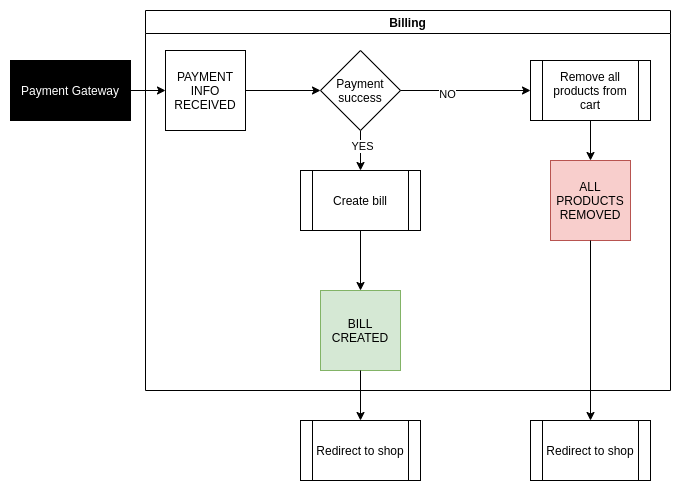
The draw.io diagram img/shopdomain-billing.png in tbuljevic/planning-projects, before a commit. Source tidied: cells renumbered, new cells last; positions are measured from the earlier drawing's top-left corner, leaving out a move shared by most shapes.
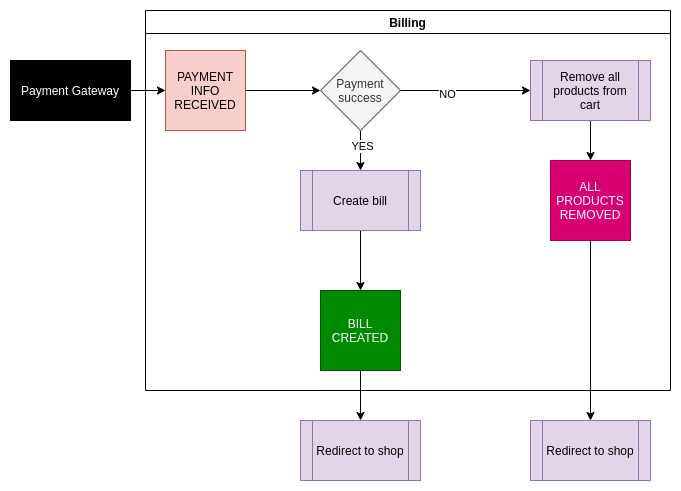
After the change.

Diff of the diagram source:
```diff
@@ -8,7 +8,7 @@
     <mxCell id="3" style="edgeStyle=orthogonalEdgeStyle;rounded=0;jettySize=auto;html=1;exitX=1;exitY=0.5;exitDx=0;exitDy=0;entryX=0;entryY=0.5;entryDx=0;entryDy=0;" parent="2" edge="1" source="4" target="7">
       <mxGeometry relative="1" as="geometry" />
     </mxCell>
-    <mxCell id="4" value="PAYMENT INFO RECEIVED" style="whiteSpace=wrap;html=1;" parent="2" vertex="1">
+    <mxCell id="4" value="PAYMENT INFO RECEIVED" style="whiteSpace=wrap;html=1;fillColor=#f8cecc;strokeColor=#b85450;" parent="2" vertex="1">
       <mxGeometry x="20" y="40" width="80" height="80" as="geometry" />
     </mxCell>
     <mxCell id="5" style="edgeStyle=orthogonalEdgeStyle;rounded=0;jettySize=auto;html=1;exitX=0.5;exitY=1;exitDx=0;exitDy=0;" parent="2" edge="1" source="7" target="9">
@@ -17,25 +17,25 @@
     <mxCell id="6" value="YES" style="edgeLabel;html=1;align=center;verticalAlign=middle;" parent="5" vertex="1">
       <mxGeometry x="-0.26" y="1" relative="1" as="geometry" />
     </mxCell>
-    <mxCell id="7" value="Payment&lt;br&gt;success" style="rhombus;whiteSpace=wrap;html=1;" parent="2" vertex="1">
+    <mxCell id="7" value="Payment&lt;br&gt;success" style="rhombus;whiteSpace=wrap;html=1;fillColor=#f5f5f5;strokeColor=#666666;fontColor=#333333;" parent="2" vertex="1">
       <mxGeometry x="175" y="40" width="80" height="80" as="geometry" />
     </mxCell>
     <mxCell id="8" style="edgeStyle=orthogonalEdgeStyle;rounded=0;jettySize=auto;html=1;exitX=0.5;exitY=1;exitDx=0;exitDy=0;" parent="2" edge="1" source="9" target="10">
       <mxGeometry relative="1" as="geometry" />
     </mxCell>
-    <mxCell id="9" value="Create bill" style="shape=process;whiteSpace=wrap;html=1;backgroundOutline=1;" parent="2" vertex="1">
+    <mxCell id="9" value="Create bill" style="shape=process;whiteSpace=wrap;html=1;backgroundOutline=1;fillColor=#e1d5e7;strokeColor=#9673a6;" parent="2" vertex="1">
       <mxGeometry x="155" y="160" width="120" height="60" as="geometry" />
     </mxCell>
-    <mxCell id="10" value="BILL CREATED" style="whiteSpace=wrap;html=1;fillColor=#d5e8d4;strokeColor=#82b366;" parent="2" vertex="1">
+    <mxCell id="10" value="BILL CREATED" style="whiteSpace=wrap;html=1;fillColor=#008a00;strokeColor=#005700;fontColor=#ffffff;" parent="2" vertex="1">
       <mxGeometry x="175" y="280" width="80" height="80" as="geometry" />
     </mxCell>
     <mxCell id="11" style="edgeStyle=orthogonalEdgeStyle;rounded=0;jettySize=auto;html=1;exitX=0.5;exitY=1;exitDx=0;exitDy=0;entryX=0.5;entryY=0;entryDx=0;entryDy=0;" parent="2" edge="1" source="12" target="13">
       <mxGeometry relative="1" as="geometry" />
     </mxCell>
-    <mxCell id="12" value="Remove all products from cart" style="shape=process;whiteSpace=wrap;html=1;backgroundOutline=1;" parent="2" vertex="1">
+    <mxCell id="12" value="Remove all products from cart" style="shape=process;whiteSpace=wrap;html=1;backgroundOutline=1;fillColor=#e1d5e7;strokeColor=#9673a6;" parent="2" vertex="1">
       <mxGeometry x="385" y="50" width="120" height="60" as="geometry" />
     </mxCell>
-    <mxCell id="13" value="ALL PRODUCTS REMOVED" style="whiteSpace=wrap;html=1;fillColor=#f8cecc;strokeColor=#b85450;" parent="2" vertex="1">
+    <mxCell id="13" value="ALL PRODUCTS REMOVED" style="whiteSpace=wrap;html=1;fillColor=#d80073;strokeColor=#A50040;fontColor=#ffffff;" parent="2" vertex="1">
       <mxGeometry x="405" y="150" width="80" height="80" as="geometry" />
     </mxCell>
     <mxCell id="14" style="edgeStyle=orthogonalEdgeStyle;rounded=0;jettySize=auto;html=1;exitX=1;exitY=0.5;exitDx=0;exitDy=0;entryX=0;entryY=0.5;entryDx=0;entryDy=0;" parent="1" edge="1" source="15" target="4">
@@ -52,13 +52,13 @@
     <mxCell id="17" value="NO" style="edgeLabel;html=1;align=center;verticalAlign=middle;" parent="16" vertex="1">
       <mxGeometry x="-0.29" y="-3" relative="1" as="geometry" />
     </mxCell>
-    <mxCell id="18" value="Redirect to shop" style="shape=process;whiteSpace=wrap;html=1;backgroundOutline=1;" parent="1" vertex="1">
+    <mxCell id="18" value="Redirect to shop" style="shape=process;whiteSpace=wrap;html=1;backgroundOutline=1;fillColor=#e1d5e7;strokeColor=#9673a6;" parent="1" vertex="1">
       <mxGeometry x="290" y="410" width="120" height="60" as="geometry" />
     </mxCell>
     <mxCell id="19" style="edgeStyle=orthogonalEdgeStyle;rounded=0;jettySize=auto;html=1;exitX=0.5;exitY=1;exitDx=0;exitDy=0;entryX=0.5;entryY=0;entryDx=0;entryDy=0;" parent="1" edge="1" source="10" target="18">
       <mxGeometry relative="1" as="geometry" />
     </mxCell>
-    <mxCell id="20" value="Redirect to shop" style="shape=process;whiteSpace=wrap;html=1;backgroundOutline=1;" parent="1" vertex="1">
+    <mxCell id="20" value="Redirect to shop" style="shape=process;whiteSpace=wrap;html=1;backgroundOutline=1;fillColor=#e1d5e7;strokeColor=#9673a6;" parent="1" vertex="1">
       <mxGeometry x="520" y="410" width="120" height="60" as="geometry" />
     </mxCell>
     <mxCell id="21" style="edgeStyle=orthogonalEdgeStyle;rounded=0;jettySize=auto;html=1;exitX=0.5;exitY=1;exitDx=0;exitDy=0;entryX=0.5;entryY=0;entryDx=0;entryDy=0;" parent="1" edge="1" source="13" target="20">
```
